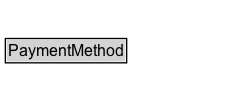
k-vaughn/ontology-import-gr keeps this Graphviz diagram as docs/diagrams/PaymentMethod.dot.png. Above is the earlier version. Its source is kept beside it as docs/diagrams/PaymentMethod.dot.
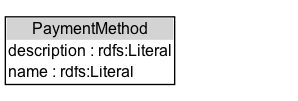
After the change.

The edit, as a diff of the source:
```diff
@@ -2,7 +2,10 @@
 	graph [overlap=false rankdir=TB splines=true]
 	node [fontname=Arial fontsize=12 margin=0 shape=none]
 	edge [fontname=Arial fontsize=11]
-	PaymentMethod [label=<<TABLE BORDER="1" CELLBORDER="0" CELLSPACING="0" CELLPADDING="1"><TR><TD BGCOLOR="lightgray" ALIGN="CENTER">PaymentMethod</TD></TR></TABLE>> URL="../PaymentMethod" margin=0]
+	{
+		rank=source
+	}
+	PaymentMethod [label=<<TABLE BORDER="1" CELLBORDER="0" CELLSPACING="0" CELLPADDING="1"><TR><TD BGCOLOR="lightgray" ALIGN="CENTER">PaymentMethod</TD></TR><TR><TD ALIGN="LEFT">description : rdfs:Literal</TD></TR><TR><TD ALIGN="LEFT">name : rdfs:Literal</TD></TR></TABLE>> URL="../PaymentMethod" margin=0]
 	{
 		rank=max
 	}
```
